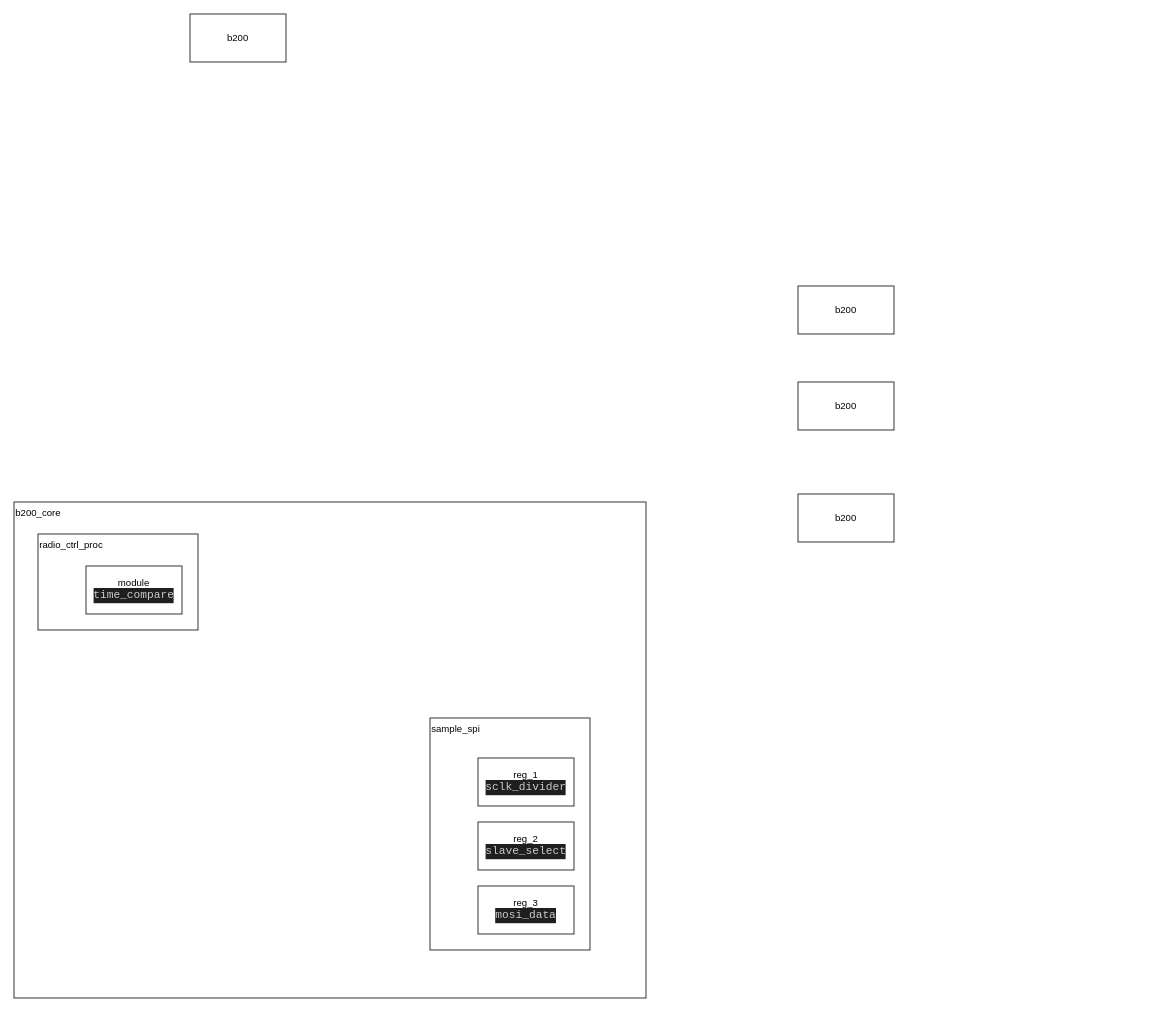
Above: b210.drawio in Africanuncle/quhao (draw.io), before the change. Source tidied: cells renumbered, new cells numbered last; positions are measured from the earlier drawing's top-left corner, leaving out a move shared by most shapes. Both pictures are drawn from the tidied source at 80%, with x=0, y=0 at pixel (14, 14).
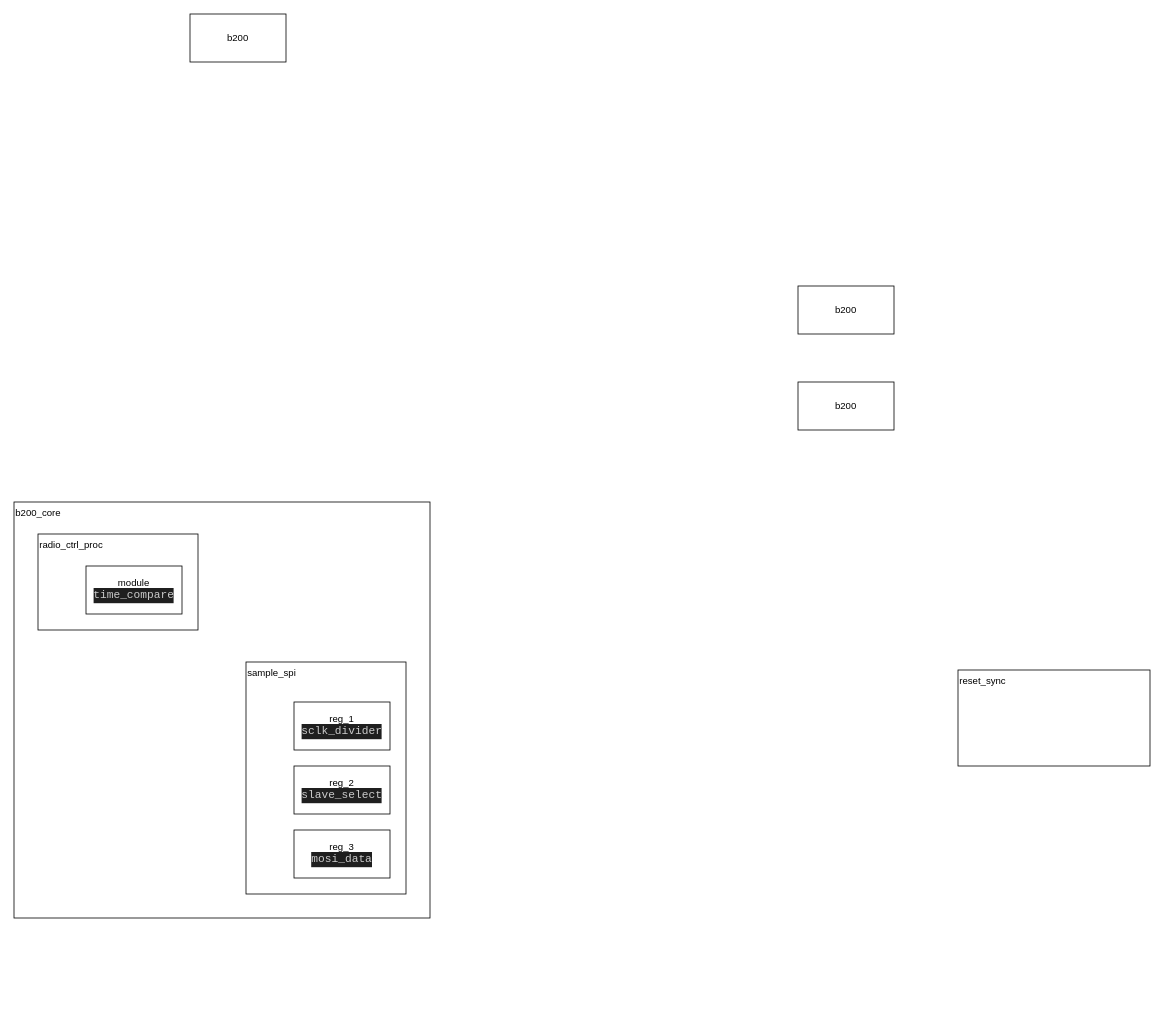
Above is the later version.

Change to the diagram source:
```diff
@@
 <mxGraphModel>
   <root>
     <mxCell id="0" />
     <mxCell id="1" parent="0" />
     <mxCell id="2" value="b200" style="rounded=0;whiteSpace=wrap;html=1;" parent="1" vertex="1">
       <mxGeometry x="220" width="120" height="60" as="geometry" />
     </mxCell>
     <mxCell id="3" value="b200_core" style="rounded=0;whiteSpace=wrap;html=1;align=left;verticalAlign=top;" parent="1" vertex="1">
-      <mxGeometry y="610" width="790" height="620" as="geometry" />
+      <mxGeometry y="610" width="520" height="520" as="geometry" />
     </mxCell>
     <mxCell id="4" value="b200" style="rounded=0;whiteSpace=wrap;html=1;" parent="1" vertex="1">
       <mxGeometry x="980" y="340" width="120" height="60" as="geometry" />
     </mxCell>
     <mxCell id="5" value="b200" style="rounded=0;whiteSpace=wrap;html=1;" parent="1" vertex="1">
       <mxGeometry x="980" y="460" width="120" height="60" as="geometry" />
     </mxCell>
-    <mxCell id="6" value="b200" style="rounded=0;whiteSpace=wrap;html=1;" parent="1" vertex="1">
-      <mxGeometry x="980" y="600" width="120" height="60" as="geometry" />
+    <mxCell id="6" value="reset_sync" style="rounded=0;whiteSpace=wrap;html=1;align=left;verticalAlign=top;" parent="1" vertex="1">
+      <mxGeometry x="1180" y="820" width="240" height="120" as="geometry" />
     </mxCell>
     <mxCell id="7" style="group;" parent="1" vertex="1">
       <mxGeometry x="30" y="650" width="200" height="120" as="geometry" />
     </mxCell>
     <mxCell id="8" value="radio_ctrl_proc" style="rounded=0;whiteSpace=wrap;html=1;verticalAlign=top;align=left;" parent="7" vertex="1">
       <mxGeometry width="200" height="120" as="geometry" />
     </mxCell>
     <mxCell id="9" value="module&lt;br&gt;&lt;div style=&quot;color: rgb(204, 204, 204); background-color: rgb(31, 31, 31); font-family: Consolas, &amp;quot;Courier New&amp;quot;, monospace; font-size: 14px; line-height: 19px;&quot;&gt;&lt;div style=&quot;line-height: 19px;&quot;&gt;time_compare&lt;/div&gt;&lt;/div&gt;" style="rounded=0;whiteSpace=wrap;html=1;" parent="7" vertex="1">
       <mxGeometry x="60" y="40" width="120" height="60" as="geometry" />
     </mxCell>
     <mxCell id="10" style="group;" parent="1" vertex="1">
       <mxGeometry x="520" y="880" width="200" height="290" as="geometry" />
     </mxCell>
+    <mxCell id="15" style="group;" parent="10" vertex="1">
+      <mxGeometry x="-230" y="-70" width="200" height="290" as="geometry" />
+    </mxCell>
-    <mxCell id="11" value="sample_spi" style="rounded=0;whiteSpace=wrap;html=1;align=left;verticalAlign=top;" parent="10" vertex="1">
+    <mxCell id="11" value="sample_spi" style="rounded=0;whiteSpace=wrap;html=1;align=left;verticalAlign=top;" parent="15" vertex="1">
       <mxGeometry width="200" height="290" as="geometry" />
     </mxCell>
-    <mxCell id="12" value="reg_1&lt;br&gt;&lt;div style=&quot;color: rgb(204, 204, 204); background-color: rgb(31, 31, 31); font-family: Consolas, &amp;quot;Courier New&amp;quot;, monospace; font-size: 14px; line-height: 19px;&quot;&gt;sclk_divider&lt;/div&gt;" style="rounded=0;whiteSpace=wrap;html=1;" parent="10" vertex="1">
+    <mxCell id="12" value="reg_1&lt;br&gt;&lt;div style=&quot;color: rgb(204, 204, 204); background-color: rgb(31, 31, 31); font-family: Consolas, &amp;quot;Courier New&amp;quot;, monospace; font-size: 14px; line-height: 19px;&quot;&gt;sclk_divider&lt;/div&gt;" style="rounded=0;whiteSpace=wrap;html=1;" parent="15" vertex="1">
       <mxGeometry x="60" y="50" width="120" height="60" as="geometry" />
     </mxCell>
-    <mxCell id="13" value="reg_2&lt;br&gt;&lt;div style=&quot;color: rgb(204, 204, 204); background-color: rgb(31, 31, 31); font-family: Consolas, &amp;quot;Courier New&amp;quot;, monospace; font-size: 14px; line-height: 19px;&quot;&gt;slave_select&lt;/div&gt;" style="rounded=0;whiteSpace=wrap;html=1;" parent="10" vertex="1">
+    <mxCell id="13" value="reg_2&lt;br&gt;&lt;div style=&quot;color: rgb(204, 204, 204); background-color: rgb(31, 31, 31); font-family: Consolas, &amp;quot;Courier New&amp;quot;, monospace; font-size: 14px; line-height: 19px;&quot;&gt;slave_select&lt;/div&gt;" style="rounded=0;whiteSpace=wrap;html=1;" parent="15" vertex="1">
       <mxGeometry x="60" y="130" width="120" height="60" as="geometry" />
     </mxCell>
-    <mxCell id="14" value="reg_3&lt;br&gt;&lt;div style=&quot;color: rgb(204, 204, 204); background-color: rgb(31, 31, 31); font-family: Consolas, &amp;quot;Courier New&amp;quot;, monospace; font-size: 14px; line-height: 19px;&quot;&gt;mosi_data&lt;/div&gt;" style="rounded=0;whiteSpace=wrap;html=1;" parent="10" vertex="1">
+    <mxCell id="14" value="reg_3&lt;br&gt;&lt;div style=&quot;color: rgb(204, 204, 204); background-color: rgb(31, 31, 31); font-family: Consolas, &amp;quot;Courier New&amp;quot;, monospace; font-size: 14px; line-height: 19px;&quot;&gt;mosi_data&lt;/div&gt;" style="rounded=0;whiteSpace=wrap;html=1;" parent="15" vertex="1">
       <mxGeometry x="60" y="210" width="120" height="60" as="geometry" />
     </mxCell>
   </root>
 </mxGraphModel>
```
